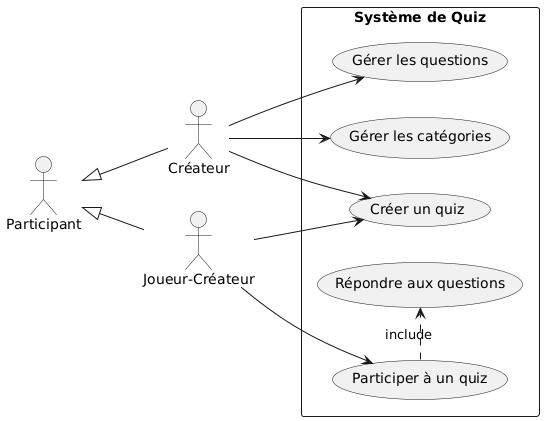
Above: UML/Diagramme_Use_Case/Use_Case.png in Hanae123458/djangoQuizProject (PlantUML), before the change.
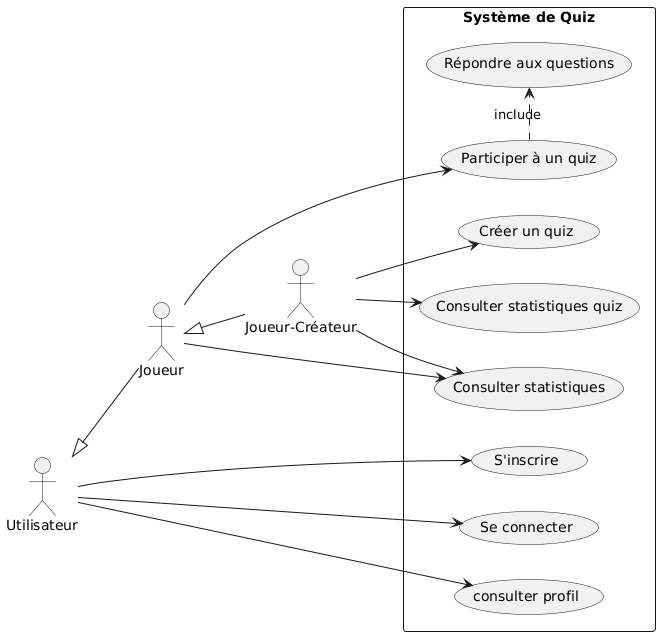
After the change.

Commit message:
ajout des diagramme use case

Diff of the diagram source:
```diff
@@ -1,21 +1,28 @@
 @startuml
 left to right direction
 
-actor "Participant" as participant
-actor "Créateur" as creator
-actor "Joueur-Créateur" as playercreator
+actor "Utilisateur" as participant
+actor "Joueur-Créateur" as creator
+actor "Joueur" as player
 
-participant <|-- playercreator
-participant <|-- creator
+participant <|-- player
+player <|-- creator
+
 
 rectangle "Système de Quiz" {
 
+participant --> (S'inscrire)
+participant --> (Se connecter)
+participant --> (consulter profil)
+
+
   creator --> (Créer un quiz)
-  creator --> (Gérer les questions)
-  creator --> (Gérer les catégories)
+  creator --> (Consulter statistiques)
+  creator --> (Consulter statistiques quiz)
 
-  playercreator --> (Participer à un quiz)
-  playercreator --> (Créer un quiz)
+  player --> (Participer à un quiz)
+  player --> (Consulter statistiques)
+
 
   (Participer à un quiz) .> (Répondre aux questions) : include
 }
```
